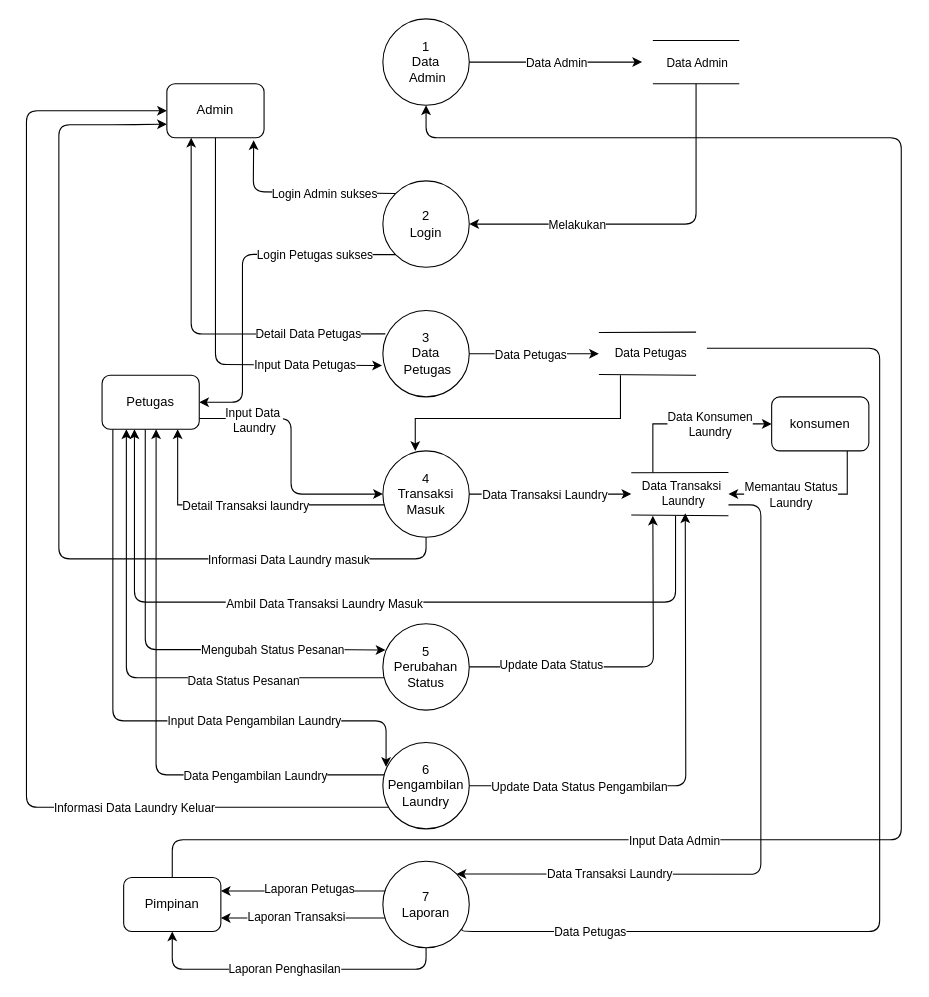
The draw.io diagram DFD Diagram.drawio in Sehazad/doc, before the edit. Source tidied: cells renumbered, new cells numbered last; positions are measured from the earlier drawing's top-left corner, leaving out a move shared by most shapes. Both pictures are drawn from the tidied source at 108%, with x=0, y=0 at pixel (26, 18).
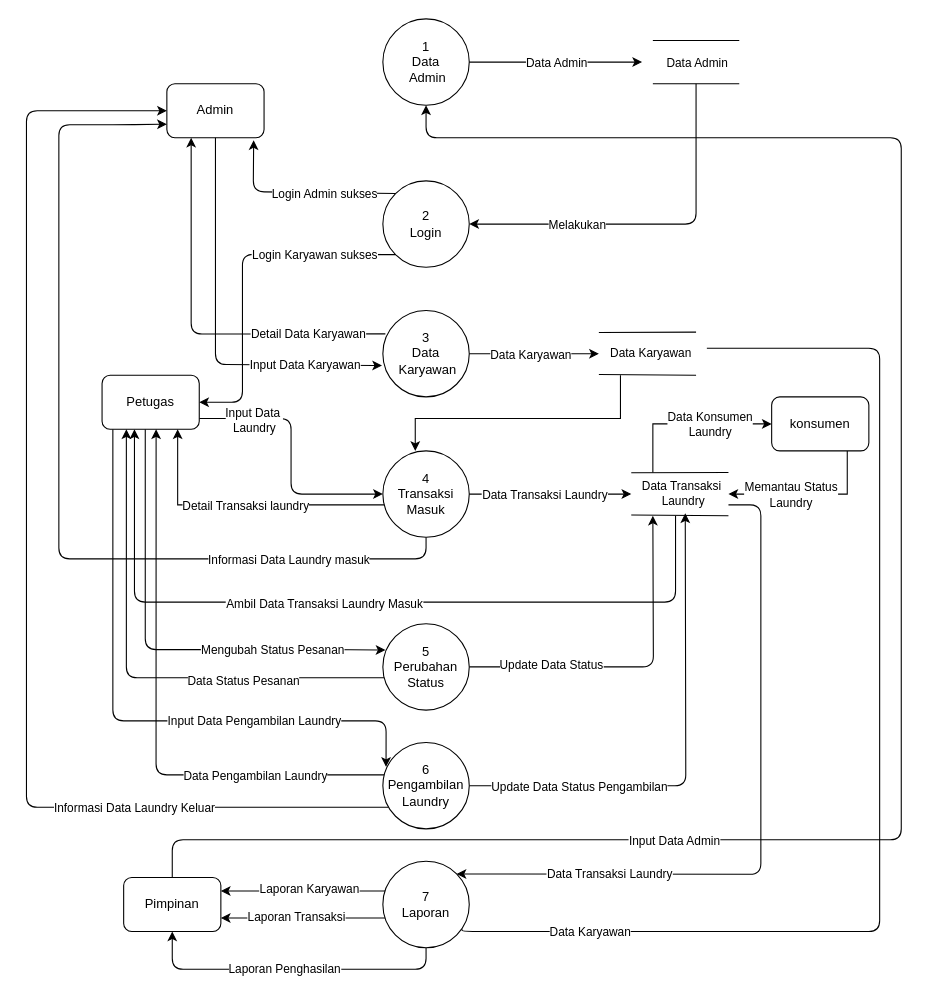
The same diagram, later.

The change refers to these unchanged cells:
```xml
<mxCell id="14" style="endArrow=classic;html=1;rounded=1;exitX=0;exitY=1;exitDx=0;exitDy=0;entryX=1;entryY=0.5;entryDx=0;entryDy=0;" parent="1" edge="1" source="10" target="24">
  <mxGeometry relative="1" as="geometry">
    <Array as="points">
      <mxPoint x="200" y="218" />
      <mxPoint x="200" y="355" />
    </Array>
  </mxGeometry>
</mxCell>
<mxCell id="25" style="endArrow=classic;html=1;rounded=1;exitX=0.5;exitY=1;exitDx=0;exitDy=0;entryX=-0.01;entryY=0.638;entryDx=0;entryDy=0;entryPerimeter=0;" parent="1" edge="1" source="13" target="31">
  <mxGeometry relative="1" as="geometry">
    <Array as="points">
      <mxPoint x="175" y="320" />
    </Array>
  </mxGeometry>
</mxCell>
<mxCell id="27" style="edgeStyle=orthogonalEdgeStyle;rounded=1;jettySize=auto;html=1;entryX=0.25;entryY=1;entryDx=0;entryDy=0;exitX=0.029;exitY=0.271;exitDx=0;exitDy=0;exitPerimeter=0;" parent="1" edge="1" source="31" target="13">
  <mxGeometry relative="1" as="geometry" />
</mxCell>
<mxCell id="29" style="edgeStyle=orthogonalEdgeStyle;rounded=1;jettySize=auto;html=1;endArrow=none;endFill=0;entryX=0.916;entryY=0.786;entryDx=0;entryDy=0;entryPerimeter=0;" parent="1" edge="1" target="72">
  <mxGeometry relative="1" as="geometry">
    <mxPoint x="630" y="305" as="sourcePoint" />
    <Array as="points">
      <mxPoint x="790" y="305" />
      <mxPoint x="790" y="845" />
      <mxPoint x="403" y="845" />
    </Array>
  </mxGeometry>
</mxCell>
<mxCell id="32" style="endArrow=classic;html=1;rounded=0;exitX=1;exitY=0.5;exitDx=0;exitDy=0;" parent="1" edge="1" source="31">
  <mxGeometry relative="1" as="geometry">
    <mxPoint x="530" y="310" as="targetPoint" />
  </mxGeometry>
</mxCell>
<mxCell id="35" style="endArrow=none;html=1;rounded=0;" parent="1" edge="1">
  <mxGeometry relative="1" as="geometry">
    <mxPoint x="530" y="329.3" as="sourcePoint" />
    <mxPoint x="620" y="330" as="targetPoint" />
  </mxGeometry>
</mxCell>
<mxCell id="66" style="edgeStyle=orthogonalEdgeStyle;rounded=0;jettySize=auto;html=1;entryX=1;entryY=0.25;entryDx=0;entryDy=0;" parent="1" edge="1" source="72" target="75">
  <mxGeometry relative="1" as="geometry">
    <Array as="points">
      <mxPoint x="255" y="808" />
    </Array>
  </mxGeometry>
</mxCell>
```

The edit, as a diff of the source:
```diff
@@
-    <mxCell id="15" value="Login Petugas sukses" style="edgeLabel;html=1;align=center;verticalAlign=middle;" parent="14" vertex="1">
+    <mxCell id="15" value="Login Karyawan sukses" style="edgeLabel;html=1;align=center;verticalAlign=middle;" parent="14" vertex="1">
       <mxGeometry x="-0.48" y="1" relative="1" as="geometry">
         <mxPoint x="8" y="-1" as="offset" />
       </mxGeometry>
     </mxCell>
@@
-    <mxCell id="26" value="Input Data Petugas" style="edgeLabel;html=1;align=center;verticalAlign=middle;" parent="25" vertex="1">
+    <mxCell id="26" value="Input Data Karyawan" style="edgeLabel;html=1;align=center;verticalAlign=middle;" parent="25" vertex="1">
       <mxGeometry x="0.52" y="-2" relative="1" as="geometry">
         <mxPoint x="16" y="-2" as="offset" />
       </mxGeometry>
     </mxCell>
@@
-    <mxCell id="28" value="Detail Data Petugas" style="edgeLabel;html=1;align=center;verticalAlign=middle;" parent="27" vertex="1">
+    <mxCell id="28" value="Detail Data Karyawan" style="edgeLabel;html=1;align=center;verticalAlign=middle;" parent="27" vertex="1">
       <mxGeometry x="-0.58" relative="1" as="geometry">
         <mxPoint x="4" as="offset" />
       </mxGeometry>
     </mxCell>
@@
-    <mxCell id="30" value="Data Petugas" style="edgeLabel;html=1;align=center;verticalAlign=middle;" parent="29" vertex="1">
+    <mxCell id="30" value="Data Karyawan" style="edgeLabel;html=1;align=center;verticalAlign=middle;" parent="29" vertex="1">
       <mxGeometry x="0.78" relative="1" as="geometry" />
     </mxCell>
-    <mxCell id="31" value="3&lt;br&gt;Data&lt;br&gt;&amp;nbsp;Petugas" style="ellipse;whiteSpace=wrap;html=1;" parent="1" vertex="1">
+    <mxCell id="31" value="3&lt;br&gt;Data&lt;br&gt;&amp;nbsp;Karyawan" style="ellipse;whiteSpace=wrap;html=1;" parent="1" vertex="1">
       <mxGeometry x="330" y="270" width="80" height="80" as="geometry" />
     </mxCell>
@@
-    <mxCell id="33" value="Data Petugas" style="edgeLabel;html=1;align=center;verticalAlign=middle;" parent="32" vertex="1">
+    <mxCell id="33" value="Data Karyawan" style="edgeLabel;html=1;align=center;verticalAlign=middle;" parent="32" vertex="1">
       <mxGeometry x="-0.15" y="-3" relative="1" as="geometry">
         <mxPoint x="5" y="-3" as="offset" />
       </mxGeometry>
     </mxCell>
@@
-    <mxCell id="36" value="Data Petugas" style="edgeLabel;html=1;align=center;verticalAlign=middle;" parent="35" vertex="1">
+    <mxCell id="36" value="Data Karyawan" style="edgeLabel;html=1;align=center;verticalAlign=middle;" parent="35" vertex="1">
       <mxGeometry x="0.38" y="1" relative="1" as="geometry">
         <mxPoint x="-15" y="-19" as="offset" />
       </mxGeometry>
     </mxCell>
@@
-    <mxCell id="67" value="Laporan Petugas" style="edgeLabel;html=1;align=center;verticalAlign=middle;" parent="66" vertex="1">
+    <mxCell id="67" value="Laporan Karyawan" style="edgeLabel;html=1;align=center;verticalAlign=middle;" parent="66" vertex="1">
       <mxGeometry x="0.11" y="-2" relative="1" as="geometry">
         <mxPoint x="13" as="offset" />
       </mxGeometry>
     </mxCell>
```
